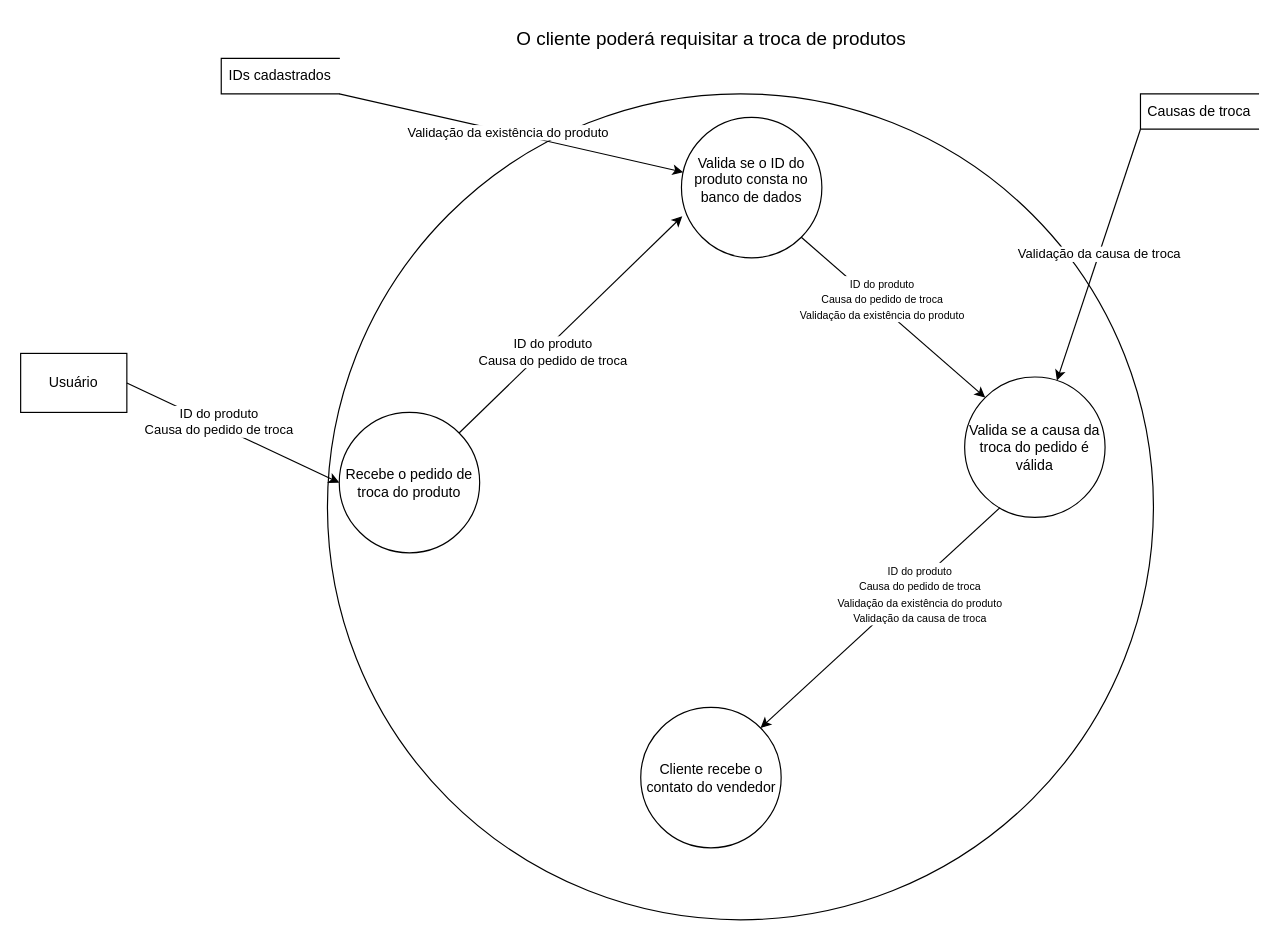
The draw.io diagram page "Página-13" (13 of 15) of diagramas.drawio.xml in JoaoRibeiro-V/BazarOnline, before the edit. Source tidied: cells renumbered, new cells numbered last; positions are measured from the earlier drawing's top-left corner, leaving out a move shared by most shapes. Both pictures are drawn from the tidied source at 118%, with x=0, y=0 at pixel (20, 20).
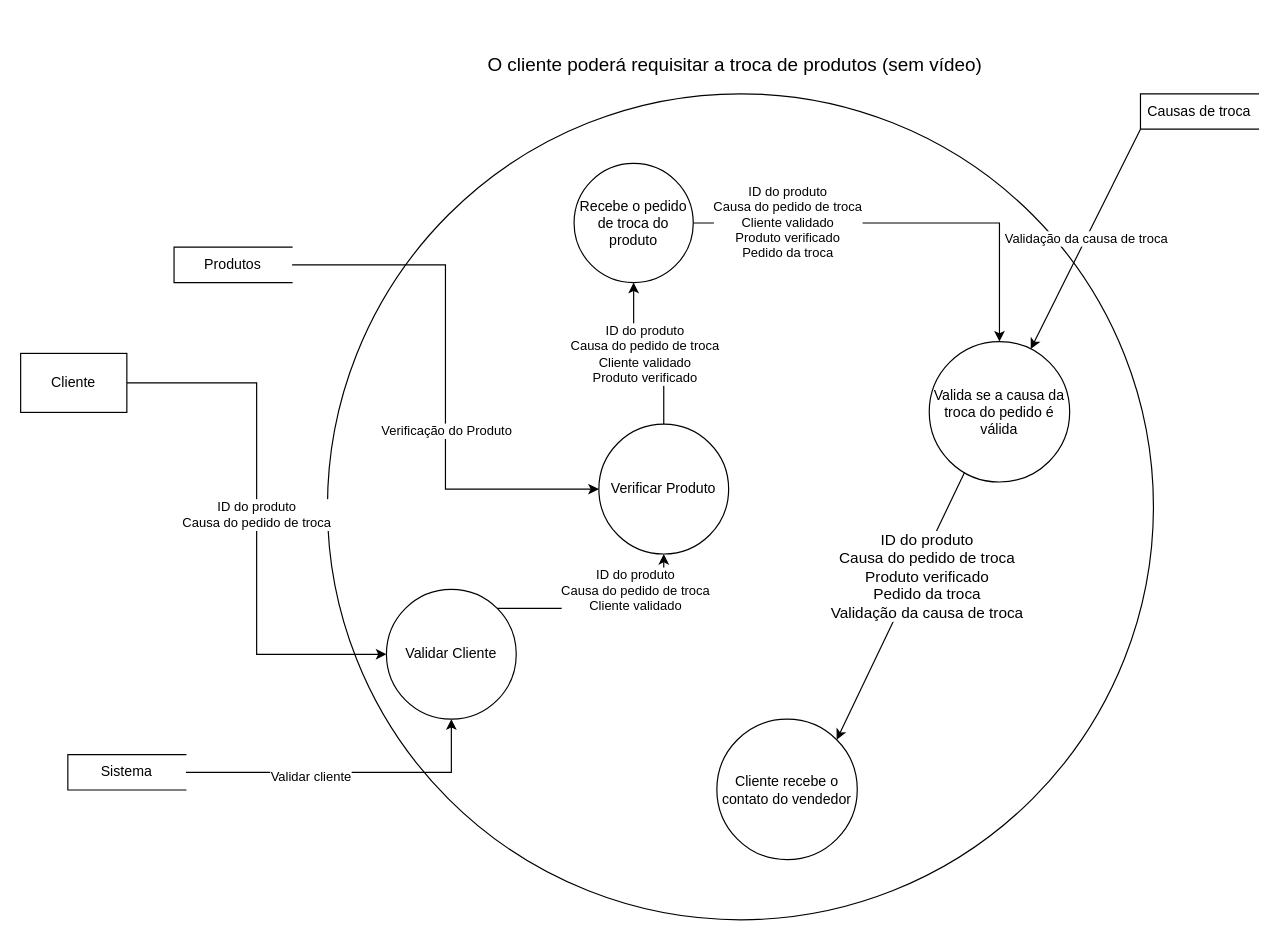
Above is the later version.

The change refers to these unchanged cells:
```xml
<mxCell id="18" style="endArrow=classic;html=1;rounded=0;entryX=1;entryY=0;entryDx=0;entryDy=0;exitX=0.252;exitY=0.93;exitDx=0;exitDy=0;exitPerimeter=0;" parent="1" edge="1" source="9" target="10">
  <mxGeometry relative="1" as="geometry" />
</mxCell>
```

Change to the diagram source:
```diff
@@
-    <mxCell id="3" value="&lt;font style=&quot;font-size: 16px;&quot;&gt;O cliente poderá requisitar a troca de produtos&lt;/font&gt;" style="text;html=1;align=center;verticalAlign=middle;strokeColor=none;fillColor=none;" parent="1" vertex="1">
-      <mxGeometry x="410" width="350" height="30" as="geometry" />
+    <mxCell id="3" value="&lt;font style=&quot;font-size: 16px;&quot;&gt;O cliente poderá requisitar a troca de produtos (sem vídeo)&lt;/font&gt;" style="text;html=1;align=center;verticalAlign=middle;strokeColor=none;fillColor=none;" parent="1" vertex="1">
+      <mxGeometry x="385" y="22" width="440" height="30" as="geometry" />
     </mxCell>
+    <mxCell id="23" style="edgeStyle=orthogonalEdgeStyle;rounded=0;jettySize=auto;html=1;exitX=1;exitY=0.5;exitDx=0;exitDy=0;entryX=0;entryY=0.5;entryDx=0;entryDy=0;" parent="1" edge="1" source="4" target="29">
+      <mxGeometry relative="1" as="geometry" />
+    </mxCell>
+    <mxCell id="24" value="ID do produto&lt;div&gt;Causa do pedido de troca&lt;/div&gt;" style="edgeLabel;html=1;align=center;verticalAlign=middle;" parent="23" vertex="1">
+      <mxGeometry x="-0.02" y="-1" relative="1" as="geometry" />
+    </mxCell>
-    <mxCell id="4" value="Usuário" style="html=1;dashed=0;whiteSpace=wrap;" parent="1" vertex="1">
+    <mxCell id="4" value="Cliente" style="html=1;dashed=0;whiteSpace=wrap;" parent="1" vertex="1">
       <mxGeometry y="282" width="90" height="50" as="geometry" />
     </mxCell>
+    <mxCell id="25" style="edgeStyle=orthogonalEdgeStyle;rounded=0;jettySize=auto;html=1;exitX=1;exitY=0.5;exitDx=0;exitDy=0;entryX=0.5;entryY=0;entryDx=0;entryDy=0;" parent="1" edge="1" source="5" target="9">
+      <mxGeometry relative="1" as="geometry" />
+    </mxCell>
+    <mxCell id="26" value="ID do produto&lt;div&gt;Causa do pedido de troca&lt;/div&gt;&lt;div&gt;Cliente validado&lt;/div&gt;&lt;div&gt;Produto verificado&lt;/div&gt;&lt;div&gt;Pedido da troca&lt;/div&gt;" style="edgeLabel;html=1;align=center;verticalAlign=middle;" parent="25" vertex="1">
+      <mxGeometry x="-0.56" y="2" relative="1" as="geometry">
+        <mxPoint y="1" as="offset" />
+      </mxGeometry>
+    </mxCell>
     <mxCell id="5" value="Recebe o pedido de troca do produto" style="shape=ellipse;html=1;dashed=0;whiteSpace=wrap;perimeter=ellipsePerimeter;" parent="1" vertex="1">
-      <mxGeometry x="270" y="332" width="119" height="119" as="geometry" />
+      <mxGeometry x="469" y="121" width="101" height="101" as="geometry" />
     </mxCell>
-    <mxCell id="6" style="endArrow=classic;html=1;rounded=0;entryX=0;entryY=0.5;entryDx=0;entryDy=0;exitX=1;exitY=0.5;exitDx=0;exitDy=0;" parent="1" edge="1" source="4" target="5">
-      <mxGeometry relative="1" as="geometry" />
-    </mxCell>
-    <mxCell id="7" value="ID do produto&lt;div&gt;Causa do pedido de troca&lt;/div&gt;" style="edgeLabel;html=1;align=center;verticalAlign=middle;" parent="6" vertex="1">
-      <mxGeometry x="-0.24" y="1" relative="1" as="geometry">
-        <mxPoint x="8" y="1" as="offset" />
-      </mxGeometry>
-    </mxCell>
-    <mxCell id="8" value="&lt;div&gt;Valida se o ID do produto consta no banco de dados&lt;/div&gt;&lt;div&gt;&lt;br&gt;&lt;/div&gt;" style="shape=ellipse;html=1;dashed=0;whiteSpace=wrap;perimeter=ellipsePerimeter;" parent="1" vertex="1">
-      <mxGeometry x="560" y="82" width="119" height="119" as="geometry" />
-    </mxCell>
     <mxCell id="9" value="&lt;div&gt;Valida se a causa da troca do pedido é válida&lt;/div&gt;" style="shape=ellipse;html=1;dashed=0;whiteSpace=wrap;perimeter=ellipsePerimeter;" parent="1" vertex="1">
-      <mxGeometry x="800" y="302" width="119" height="119" as="geometry" />
+      <mxGeometry x="770" y="272" width="119" height="119" as="geometry" />
     </mxCell>
     <mxCell id="10" value="&lt;div&gt;Cliente recebe o contato do vendedor&lt;/div&gt;" style="shape=ellipse;html=1;dashed=0;whiteSpace=wrap;perimeter=ellipsePerimeter;" parent="1" vertex="1">
-      <mxGeometry x="525.5" y="582" width="119" height="119" as="geometry" />
+      <mxGeometry x="590" y="592" width="119" height="119" as="geometry" />
     </mxCell>
-    <mxCell id="11" style="endArrow=classic;html=1;rounded=0;entryX=0.006;entryY=0.704;entryDx=0;entryDy=0;exitX=1;exitY=0;exitDx=0;exitDy=0;entryPerimeter=0;" parent="1" edge="1" source="5" target="8">
-      <mxGeometry relative="1" as="geometry" />
-    </mxCell>
-    <mxCell id="12" value="ID do produto&lt;div&gt;Causa do pedido de troca&lt;/div&gt;" style="edgeLabel;html=1;align=center;verticalAlign=middle;" parent="11" vertex="1">
-      <mxGeometry x="-0.24" y="1" relative="1" as="geometry">
-        <mxPoint x="8" y="1" as="offset" />
-      </mxGeometry>
-    </mxCell>
-    <mxCell id="13" style="endArrow=classic;html=1;rounded=0;entryX=0;entryY=0;entryDx=0;entryDy=0;exitX=1;exitY=1;exitDx=0;exitDy=0;" parent="1" edge="1" source="8" target="9">
-      <mxGeometry relative="1" as="geometry" />
-    </mxCell>
-    <mxCell id="14" value="&lt;font style=&quot;font-size: 9px;&quot;&gt;ID do produto&lt;/font&gt;&lt;div&gt;&lt;font style=&quot;font-size: 9px;&quot;&gt;Causa do pedido de troca&lt;/font&gt;&lt;/div&gt;&lt;div&gt;&lt;font style=&quot;font-size: 9px;&quot;&gt;Validação da existência do produto&lt;/font&gt;&lt;br&gt;&lt;/div&gt;" style="edgeLabel;html=1;align=center;verticalAlign=middle;" parent="13" vertex="1">
-      <mxGeometry x="-0.24" y="1" relative="1" as="geometry">
-        <mxPoint x="8" y="1" as="offset" />
-      </mxGeometry>
-    </mxCell>
-    <mxCell id="15" value="IDs cadastrados" style="html=1;dashed=0;whiteSpace=wrap;shape=partialRectangle;right=0;" parent="1" vertex="1">
-      <mxGeometry x="170" y="32" width="100" height="30" as="geometry" />
-    </mxCell>
-    <mxCell id="16" style="endArrow=classic;html=1;rounded=0;exitX=1;exitY=1;exitDx=0;exitDy=0;" parent="1" edge="1" source="15" target="8">
-      <mxGeometry relative="1" as="geometry" />
-    </mxCell>
-    <mxCell id="17" value="Validação da existência do produto" style="edgeLabel;html=1;align=center;verticalAlign=middle;" parent="16" vertex="1">
-      <mxGeometry x="-0.02" relative="1" as="geometry" />
-    </mxCell>
@@
-    <mxCell id="19" value="&lt;font style=&quot;font-size: 9px;&quot;&gt;ID do produto&lt;/font&gt;&lt;div&gt;&lt;font style=&quot;font-size: 9px;&quot;&gt;Causa do pedido de troca&lt;/font&gt;&lt;/div&gt;&lt;div&gt;&lt;font style=&quot;font-size: 9px;&quot;&gt;Validação da existência do produto&lt;/font&gt;&lt;br&gt;&lt;/div&gt;&lt;div&gt;&lt;font style=&quot;&quot;&gt;&lt;font style=&quot;font-size: 9px;&quot;&gt;Validação da causa de troca&lt;/font&gt;&lt;br&gt;&lt;/font&gt;&lt;/div&gt;" style="edgeLabel;html=1;align=center;verticalAlign=middle;" parent="18" vertex="1">
+    <mxCell id="19" value="&lt;font style=&quot;font-size: 13px;&quot;&gt;ID do produto&lt;/font&gt;&lt;div&gt;&lt;font style=&quot;font-size: 13px;&quot;&gt;Causa do pedido de troca&lt;/font&gt;&lt;/div&gt;&lt;div&gt;&lt;font style=&quot;font-size: 13px;&quot;&gt;&lt;font style=&quot;&quot;&gt;P&lt;/font&gt;roduto verificado&lt;/font&gt;&lt;/div&gt;&lt;div&gt;&lt;font style=&quot;font-size: 13px;&quot;&gt;Pedido da troca&lt;/font&gt;&lt;/div&gt;&lt;div&gt;&lt;font style=&quot;&quot;&gt;&lt;font style=&quot;font-size: 13px;&quot;&gt;Validação da causa de troca&lt;/font&gt;&lt;br&gt;&lt;/font&gt;&lt;/div&gt;" style="edgeLabel;html=1;align=center;verticalAlign=middle;" parent="18" vertex="1">
       <mxGeometry x="-0.24" y="1" relative="1" as="geometry">
         <mxPoint x="8" y="1" as="offset" />
       </mxGeometry>
     </mxCell>
@@
+    <mxCell id="27" style="edgeStyle=orthogonalEdgeStyle;rounded=0;jettySize=auto;html=1;exitX=1;exitY=0;exitDx=0;exitDy=0;entryX=0.5;entryY=1;entryDx=0;entryDy=0;" parent="1" edge="1" source="29" target="32">
+      <mxGeometry relative="1" as="geometry" />
+    </mxCell>
+    <mxCell id="28" value="ID do produto&lt;div&gt;Causa do pedido de troca&lt;/div&gt;&lt;div&gt;Cliente validado&lt;/div&gt;" style="edgeLabel;html=1;align=center;verticalAlign=middle;" parent="27" vertex="1">
+      <mxGeometry x="0.11" y="-1" relative="1" as="geometry">
+        <mxPoint x="13" y="-17" as="offset" />
+      </mxGeometry>
+    </mxCell>
+    <mxCell id="29" value="Validar Cliente" style="ellipse;whiteSpace=wrap;html=1;" parent="1" vertex="1">
+      <mxGeometry x="310" y="482" width="110" height="110" as="geometry" />
+    </mxCell>
+    <mxCell id="30" style="edgeStyle=orthogonalEdgeStyle;rounded=0;jettySize=auto;html=1;exitX=0.5;exitY=0;exitDx=0;exitDy=0;" parent="1" edge="1" source="32" target="5">
+      <mxGeometry relative="1" as="geometry" />
+    </mxCell>
+    <mxCell id="31" value="ID do produto&lt;div&gt;Causa do pedido de troca&lt;/div&gt;&lt;div&gt;Cliente validado&lt;/div&gt;&lt;div&gt;Produto verificado&lt;/div&gt;" style="edgeLabel;html=1;align=center;verticalAlign=middle;" parent="30" vertex="1">
+      <mxGeometry x="0.06" relative="1" as="geometry" />
+    </mxCell>
+    <mxCell id="32" value="Verificar Produto" style="ellipse;whiteSpace=wrap;html=1;" parent="1" vertex="1">
+      <mxGeometry x="490" y="342" width="110" height="110" as="geometry" />
+    </mxCell>
+    <mxCell id="33" style="edgeStyle=orthogonalEdgeStyle;rounded=0;jettySize=auto;html=1;exitX=1;exitY=0.5;exitDx=0;exitDy=0;entryX=0;entryY=0.5;entryDx=0;entryDy=0;" parent="1" edge="1" source="35" target="32">
+      <mxGeometry relative="1" as="geometry" />
+    </mxCell>
+    <mxCell id="34" value="Verificação do Produto" style="edgeLabel;html=1;align=center;verticalAlign=middle;" parent="33" vertex="1">
+      <mxGeometry x="0.2" relative="1" as="geometry" />
+    </mxCell>
+    <mxCell id="35" value="Produtos" style="html=1;dashed=0;whiteSpace=wrap;shape=partialRectangle;right=0;" parent="1" vertex="1">
+      <mxGeometry x="130" y="192" width="100" height="30" as="geometry" />
+    </mxCell>
+    <mxCell id="36" style="edgeStyle=orthogonalEdgeStyle;rounded=0;jettySize=auto;html=1;exitX=1;exitY=0.5;exitDx=0;exitDy=0;entryX=0.5;entryY=1;entryDx=0;entryDy=0;" parent="1" edge="1" source="38" target="29">
+      <mxGeometry relative="1" as="geometry" />
+    </mxCell>
+    <mxCell id="37" value="Validar cliente" style="edgeLabel;html=1;align=center;verticalAlign=middle;" parent="36" vertex="1">
+      <mxGeometry x="-0.22" y="-3" relative="1" as="geometry" />
+    </mxCell>
+    <mxCell id="38" value="Sistema" style="html=1;dashed=0;whiteSpace=wrap;shape=partialRectangle;right=0;" parent="1" vertex="1">
+      <mxGeometry x="40" y="622" width="100" height="30" as="geometry" />
+    </mxCell>
```
